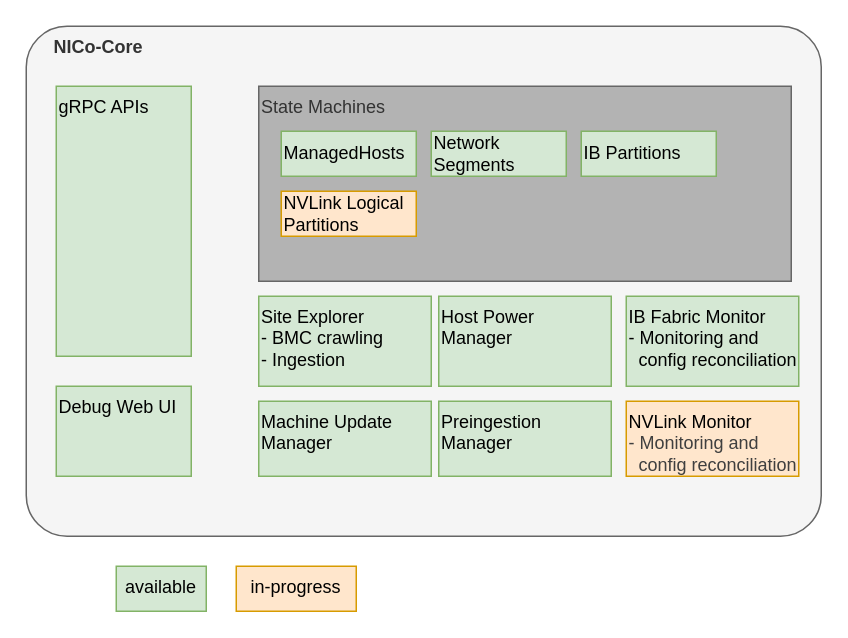
Before: docs/static/nico-core.drawio in NVIDIA/bare-metal-manager-core, a draw.io diagram. Source tidied: cells renumbered, new cells numbered last; positions are measured from the earlier drawing's top-left corner, leaving out a move shared by most shapes. Both pictures are drawn from the tidied source at 150%, with x=0, y=0 at pixel (26, 26).
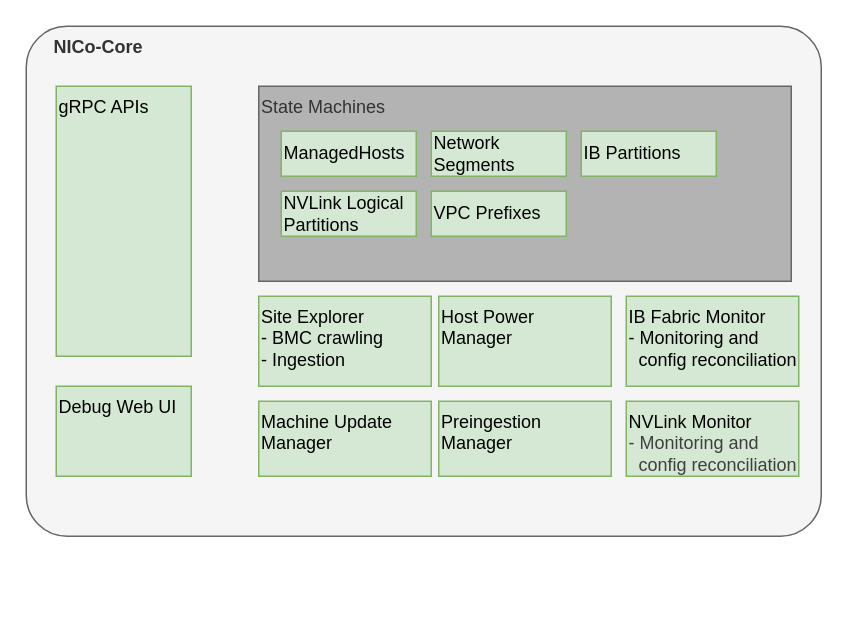
The same diagram, later.

Commit message (it also covers changes not shown here):
docs: Update nico-core architecture diagram

Update the diagram to reflect the latest state of the codebase

Diff of the diagram source:
```diff
@@
 <mxGraphModel>
   <root>
     <mxCell id="0" />
     <mxCell id="1" parent="0" />
     <mxCell id="2" value="&lt;b&gt;&amp;nbsp; &amp;nbsp; &amp;nbsp;NICo-Core&lt;/b&gt;" style="rounded=1;whiteSpace=wrap;html=1;fillColor=#f5f5f5;fontColor=#333333;strokeColor=#666666;align=left;verticalAlign=top;labelPosition=center;verticalLabelPosition=middle;horizontal=1;arcSize=8;imageHeight=24;" parent="1" vertex="1">
       <mxGeometry width="530" height="340" as="geometry" />
     </mxCell>
     <mxCell id="3" value="State Machines" style="rounded=0;whiteSpace=wrap;html=1;align=left;verticalAlign=top;fillColor=#B3B3B3;fontColor=#333333;strokeColor=#666666;" parent="1" vertex="1">
       <mxGeometry x="155" y="40" width="355" height="130" as="geometry" />
     </mxCell>
     <mxCell id="4" value="ManagedHosts" style="rounded=0;whiteSpace=wrap;html=1;align=left;fillColor=#d5e8d4;strokeColor=#82b366;" parent="1" vertex="1">
       <mxGeometry x="170" y="70" width="90" height="30" as="geometry" />
     </mxCell>
     <mxCell id="5" value="IB Partitions" style="rounded=0;whiteSpace=wrap;html=1;align=left;fillColor=#d5e8d4;strokeColor=#82b366;" parent="1" vertex="1">
       <mxGeometry x="370" y="70" width="90" height="30" as="geometry" />
     </mxCell>
     <mxCell id="6" value="Network Segments" style="rounded=0;whiteSpace=wrap;html=1;align=left;fillColor=#d5e8d4;strokeColor=#82b366;" parent="1" vertex="1">
       <mxGeometry x="270" y="70" width="90" height="30" as="geometry" />
     </mxCell>
-    <mxCell id="7" value="NVLink Logical Partitions" style="rounded=0;whiteSpace=wrap;html=1;align=left;fillColor=#ffe6cc;strokeColor=#d79b00;" parent="1" vertex="1">
+    <mxCell id="7" value="NVLink Logical Partitions" style="rounded=0;whiteSpace=wrap;html=1;align=left;fillColor=#d5e8d4;strokeColor=#82b366;" parent="1" vertex="1">
       <mxGeometry x="170" y="110" width="90" height="30" as="geometry" />
     </mxCell>
     <mxCell id="8" value="gRPC APIs" style="rounded=0;whiteSpace=wrap;html=1;align=left;verticalAlign=top;fillColor=#d5e8d4;strokeColor=#82b366;" parent="1" vertex="1">
       <mxGeometry x="20" y="40" width="90" height="180" as="geometry" />
     </mxCell>
     <mxCell id="9" value="Site Explorer&lt;br&gt;- BMC crawling&lt;div&gt;- Ingestion&lt;/div&gt;" style="rounded=0;whiteSpace=wrap;html=1;align=left;verticalAlign=top;fillColor=#d5e8d4;strokeColor=#82b366;" parent="1" vertex="1">
       <mxGeometry x="155" y="180" width="115" height="60" as="geometry" />
     </mxCell>
     <mxCell id="10" value="Host Power&lt;br&gt;Manager" style="rounded=0;whiteSpace=wrap;html=1;align=left;verticalAlign=top;fillColor=#d5e8d4;strokeColor=#82b366;" parent="1" vertex="1">
       <mxGeometry x="275" y="180" width="115" height="60" as="geometry" />
     </mxCell>
     <mxCell id="11" value="Debug Web UI" style="rounded=0;whiteSpace=wrap;html=1;align=left;verticalAlign=top;fillColor=#d5e8d4;strokeColor=#82b366;" parent="1" vertex="1">
       <mxGeometry x="20" y="240" width="90" height="60" as="geometry" />
     </mxCell>
     <mxCell id="12" value="IB Fabric Monitor&lt;div&gt;- Monitoring and&lt;/div&gt;&lt;div&gt;&amp;nbsp; config reconciliation&lt;/div&gt;" style="rounded=0;whiteSpace=wrap;html=1;align=left;verticalAlign=top;fillColor=#d5e8d4;strokeColor=#82b366;" parent="1" vertex="1">
       <mxGeometry x="400" y="180" width="115" height="60" as="geometry" />
     </mxCell>
     <mxCell id="13" value="Machine Update&lt;br&gt;Manager" style="rounded=0;whiteSpace=wrap;html=1;align=left;verticalAlign=top;fillColor=#d5e8d4;strokeColor=#82b366;" parent="1" vertex="1">
       <mxGeometry x="155" y="250" width="115" height="50" as="geometry" />
     </mxCell>
     <mxCell id="14" value="&lt;div&gt;&lt;font color=&quot;#000000&quot;&gt;Preingestion Manager&lt;/font&gt;&lt;/div&gt;" style="rounded=0;whiteSpace=wrap;html=1;align=left;verticalAlign=top;fillColor=#d5e8d4;strokeColor=#82b366;" parent="1" vertex="1">
       <mxGeometry x="275" y="250" width="115" height="50" as="geometry" />
     </mxCell>
-    <mxCell id="15" value="NVLink Monitor&lt;br&gt;&lt;div style=&quot;color: rgb(63, 63, 63); scrollbar-color: rgb(226, 226, 226) rgb(251, 251, 251);&quot;&gt;- Monitoring and&lt;/div&gt;&lt;div style=&quot;color: rgb(63, 63, 63); scrollbar-color: rgb(226, 226, 226) rgb(251, 251, 251);&quot;&gt;&amp;nbsp; config reconciliation&lt;/div&gt;" style="rounded=0;whiteSpace=wrap;html=1;align=left;verticalAlign=top;fillColor=#ffe6cc;strokeColor=#d79b00;" parent="1" vertex="1">
+    <mxCell id="15" value="NVLink Monitor&lt;br&gt;&lt;div style=&quot;color: rgb(63, 63, 63); scrollbar-color: rgb(226, 226, 226) rgb(251, 251, 251);&quot;&gt;- Monitoring and&lt;/div&gt;&lt;div style=&quot;color: rgb(63, 63, 63); scrollbar-color: rgb(226, 226, 226) rgb(251, 251, 251);&quot;&gt;&amp;nbsp; config reconciliation&lt;/div&gt;" style="rounded=0;whiteSpace=wrap;html=1;align=left;verticalAlign=top;fillColor=#d5e8d4;strokeColor=#82b366;" parent="1" vertex="1">
       <mxGeometry x="400" y="250" width="115" height="50" as="geometry" />
     </mxCell>
-    <mxCell id="16" value="in-progress" style="rounded=0;whiteSpace=wrap;html=1;align=center;verticalAlign=top;fillColor=#ffe6cc;strokeColor=#d79b00;" parent="1" vertex="1">
-      <mxGeometry x="140" y="360" width="80" height="30" as="geometry" />
-    </mxCell>
-    <mxCell id="17" value="available" style="rounded=0;whiteSpace=wrap;html=1;align=center;verticalAlign=top;fillColor=#d5e8d4;strokeColor=#82b366;" parent="1" vertex="1">
-      <mxGeometry x="60" y="360" width="60" height="30" as="geometry" />
+    <mxCell id="17" value="VPC Prefixes" style="rounded=0;whiteSpace=wrap;html=1;align=left;fillColor=#d5e8d4;strokeColor=#82b366;" parent="1" vertex="1">
+      <mxGeometry x="270" y="110" width="90" height="30" as="geometry" />
     </mxCell>
   </root>
 </mxGraphModel>
```
